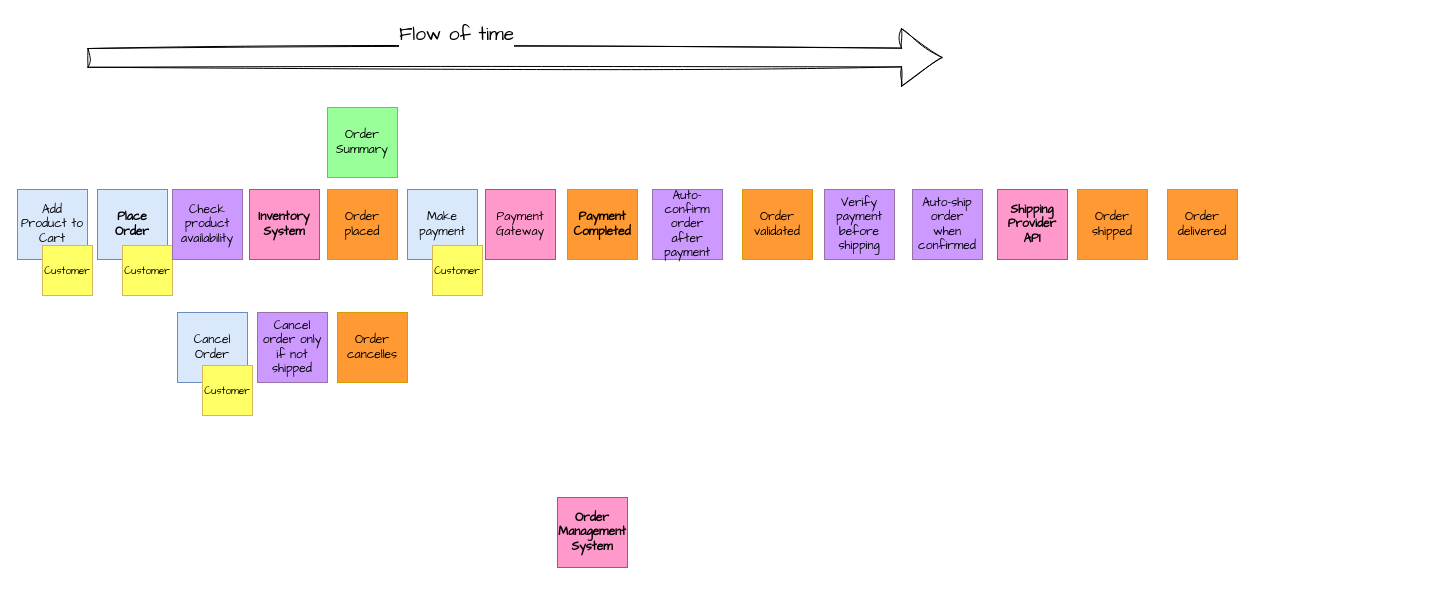
The draw.io diagram page "99-Complete" (9 of 12) of content/en/knowledgebase/ddd-eventstorming/eventstorming.drawio in mauvaisetroupe/architech, before the edit. Source tidied: cells renumbered, new cells numbered last; positions are measured from the earlier drawing's top-left corner, leaving out a move shared by most shapes. Both pictures are drawn from the tidied source at 100%, with x=0, y=0 at pixel (17, 17).
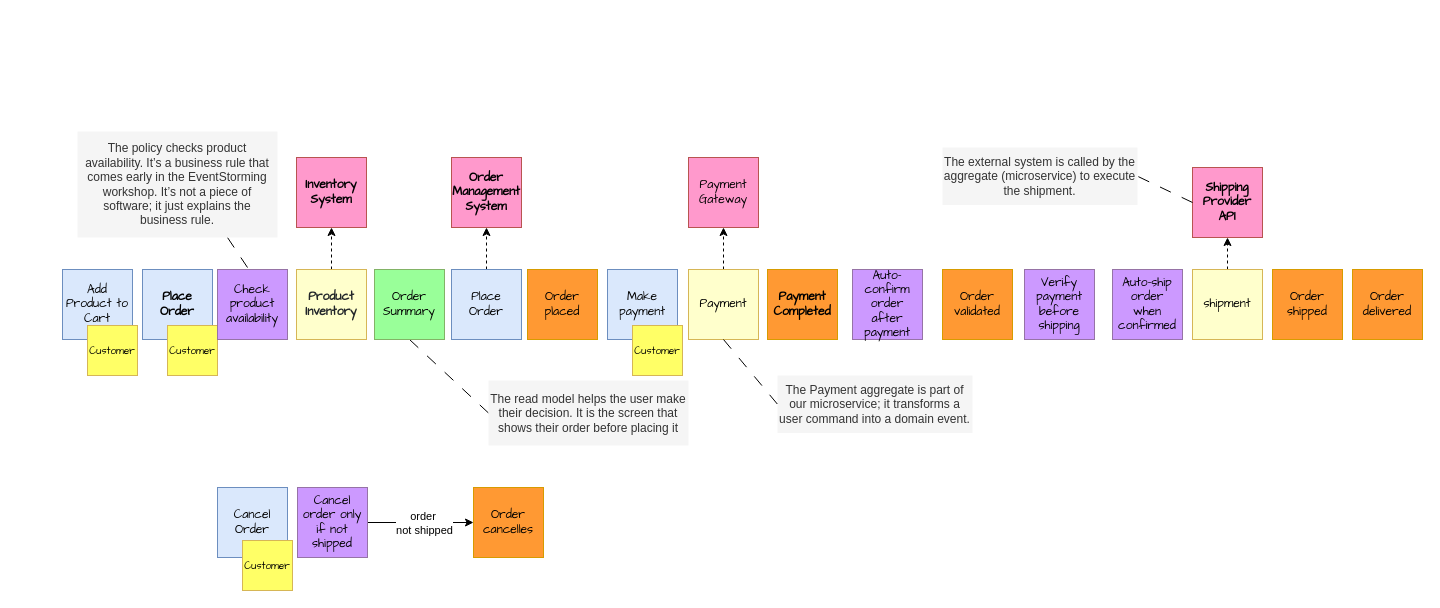
The same diagram, later.

What changed in the source:
```diff
@@
     <mxCell id="2" value="Order placed" style="whiteSpace=wrap;html=1;hachureGap=4;fontFamily=Architects Daughter;fillColor=#FF9933;strokeColor=#d79b00;spacingTop=2;spacingLeft=2;spacingBottom=2;spacingRight=2;align=center;verticalAlign=middle;fontSize=12;fontColor=default;" parent="1" vertex="1">
-      <mxGeometry x="310" y="172" width="70" height="70" as="geometry" />
+      <mxGeometry x="510" y="252" width="70" height="70" as="geometry" />
     </mxCell>
     <mxCell id="3" value="Order validated" style="whiteSpace=wrap;html=1;hachureGap=4;fontFamily=Architects Daughter;fillColor=#FF9933;strokeColor=#d79b00;spacingTop=2;spacingLeft=2;spacingBottom=2;spacingRight=2;align=center;verticalAlign=middle;fontSize=12;fontColor=default;" parent="1" vertex="1">
-      <mxGeometry x="725" y="172" width="70" height="70" as="geometry" />
+      <mxGeometry x="925" y="252" width="70" height="70" as="geometry" />
     </mxCell>
     <mxCell id="4" value="Order shipped" style="whiteSpace=wrap;html=1;hachureGap=4;fontFamily=Architects Daughter;fillColor=#FF9933;strokeColor=#d79b00;spacingTop=2;spacingLeft=2;spacingBottom=2;spacingRight=2;align=center;verticalAlign=middle;fontSize=12;fontColor=default;" parent="1" vertex="1">
-      <mxGeometry x="1060" y="172" width="70" height="70" as="geometry" />
+      <mxGeometry x="1255" y="252" width="70" height="70" as="geometry" />
     </mxCell>
     <mxCell id="5" value="Order delivered" style="whiteSpace=wrap;html=1;hachureGap=4;fontFamily=Architects Daughter;fillColor=#FF9933;strokeColor=#d79b00;spacingTop=2;spacingLeft=2;spacingBottom=2;spacingRight=2;align=center;verticalAlign=middle;fontSize=12;fontColor=default;" parent="1" vertex="1">
-      <mxGeometry x="1150" y="172" width="70" height="70" as="geometry" />
+      <mxGeometry x="1335" y="252" width="70" height="70" as="geometry" />
     </mxCell>
     <mxCell id="6" value="Order cancelles" style="whiteSpace=wrap;html=1;hachureGap=4;fontFamily=Architects Daughter;fillColor=#FF9933;strokeColor=#d79b00;spacingTop=2;spacingLeft=2;spacingBottom=2;spacingRight=2;" parent="1" vertex="1">
-      <mxGeometry x="320" y="295" width="70" height="70" as="geometry" />
+      <mxGeometry x="456" y="470" width="70" height="70" as="geometry" />
     </mxCell>
     <mxCell id="7" value="Add Product to Cart" style="whiteSpace=wrap;html=1;hachureGap=4;fontFamily=Architects Daughter;fillColor=#dae8fc;strokeColor=#6c8ebf;spacingTop=2;spacingLeft=2;spacingBottom=2;spacingRight=2;align=center;verticalAlign=middle;fontSize=12;" parent="1" vertex="1">
-      <mxGeometry y="172" width="70" height="70" as="geometry" />
+      <mxGeometry x="45" y="252" width="70" height="70" as="geometry" />
     </mxCell>
     <mxCell id="8" value="&lt;strong&gt;Place Order&lt;/strong&gt;" style="whiteSpace=wrap;html=1;hachureGap=4;fontFamily=Architects Daughter;fillColor=#dae8fc;strokeColor=#6c8ebf;spacingTop=2;spacingLeft=2;spacingBottom=2;spacingRight=2;align=center;verticalAlign=middle;fontSize=12;" parent="1" vertex="1">
-      <mxGeometry x="80" y="172" width="70" height="70" as="geometry" />
+      <mxGeometry x="125" y="252" width="70" height="70" as="geometry" />
     </mxCell>
     <mxCell id="9" value="Cancel Order" style="whiteSpace=wrap;html=1;hachureGap=4;fontFamily=Architects Daughter;fillColor=#dae8fc;strokeColor=#6c8ebf;spacingTop=2;spacingLeft=2;spacingBottom=2;spacingRight=2;align=center;verticalAlign=middle;fontSize=12;" parent="1" vertex="1">
-      <mxGeometry x="160" y="295" width="70" height="70" as="geometry" />
+      <mxGeometry x="200" y="470" width="70" height="70" as="geometry" />
     </mxCell>
     <mxCell id="10" value="Make payment" style="whiteSpace=wrap;html=1;hachureGap=4;fontFamily=Architects Daughter;fillColor=#dae8fc;strokeColor=#6c8ebf;spacingTop=2;spacingLeft=2;spacingBottom=2;spacingRight=2;align=center;verticalAlign=middle;fontSize=12;" parent="1" vertex="1">
-      <mxGeometry x="390" y="172" width="70" height="70" as="geometry" />
+      <mxGeometry x="590" y="252" width="70" height="70" as="geometry" />
     </mxCell>
     <mxCell id="11" value="&lt;strong&gt;Payment Completed&lt;/strong&gt;" style="whiteSpace=wrap;html=1;hachureGap=4;fontFamily=Architects Daughter;fillColor=#FF9933;strokeColor=#d79b00;spacingTop=2;spacingLeft=2;spacingBottom=2;spacingRight=2;" parent="1" vertex="1">
-      <mxGeometry x="550" y="172" width="70" height="70" as="geometry" />
+      <mxGeometry x="750" y="252" width="70" height="70" as="geometry" />
     </mxCell>
     <mxCell id="12" value="Customer" style="whiteSpace=wrap;html=1;hachureGap=4;fontFamily=Architects Daughter;fillColor=#FFFF66;strokeColor=#d6b656;spacingTop=2;spacingLeft=2;spacingBottom=2;spacingRight=2;fontSize=10;" parent="1" vertex="1">
-      <mxGeometry x="25" y="228" width="50" height="50" as="geometry" />
+      <mxGeometry x="70" y="308" width="50" height="50" as="geometry" />
     </mxCell>
     <mxCell id="13" value="Customer" style="whiteSpace=wrap;html=1;hachureGap=4;fontFamily=Architects Daughter;fillColor=#FFFF66;strokeColor=#d6b656;spacingTop=2;spacingLeft=2;spacingBottom=2;spacingRight=2;fontSize=10;" parent="1" vertex="1">
-      <mxGeometry x="105" y="228" width="50" height="50" as="geometry" />
+      <mxGeometry x="150" y="308" width="50" height="50" as="geometry" />
     </mxCell>
     <mxCell id="14" value="Customer" style="whiteSpace=wrap;html=1;hachureGap=4;fontFamily=Architects Daughter;fillColor=#FFFF66;strokeColor=#d6b656;spacingTop=2;spacingLeft=2;spacingBottom=2;spacingRight=2;fontSize=10;" parent="1" vertex="1">
-      <mxGeometry x="185" y="348" width="50" height="50" as="geometry" />
+      <mxGeometry x="225" y="523" width="50" height="50" as="geometry" />
     </mxCell>
     <mxCell id="15" value="Check product availability" style="whiteSpace=wrap;html=1;hachureGap=4;fontFamily=Architects Daughter;fillColor=#CC99FF;strokeColor=#9673a6;spacingTop=2;spacingLeft=2;spacingBottom=2;spacingRight=2;" parent="1" vertex="1">
-      <mxGeometry x="155" y="172" width="70" height="70" as="geometry" />
+      <mxGeometry x="200" y="252" width="70" height="70" as="geometry" />
     </mxCell>
+    <mxCell id="28" style="edgeStyle=orthogonalEdgeStyle;rounded=0;jettySize=auto;html=1;entryX=0;entryY=0.5;entryDx=0;entryDy=0;" parent="1" edge="1" source="16" target="6">
+      <mxGeometry relative="1" as="geometry" />
+    </mxCell>
+    <mxCell id="29" value="order&amp;nbsp;&lt;div&gt;not shipped&lt;/div&gt;" style="edgeLabel;html=1;align=center;verticalAlign=middle;" parent="28" vertex="1">
+      <mxGeometry x="-0.35" y="1" relative="1" as="geometry">
+        <mxPoint x="22" y="1" as="offset" />
+      </mxGeometry>
+    </mxCell>
     <mxCell id="16" value="Cancel order only if not shipped" style="whiteSpace=wrap;html=1;hachureGap=4;fontFamily=Architects Daughter;fillColor=#CC99FF;strokeColor=#9673a6;spacingTop=2;spacingLeft=2;spacingBottom=2;spacingRight=2;" parent="1" vertex="1">
-      <mxGeometry x="240" y="295" width="70" height="70" as="geometry" />
+      <mxGeometry x="280" y="470" width="70" height="70" as="geometry" />
     </mxCell>
     <mxCell id="17" value="Auto-confirm order after payment" style="whiteSpace=wrap;html=1;hachureGap=4;fontFamily=Architects Daughter;fillColor=#CC99FF;strokeColor=#9673a6;spacingTop=2;spacingLeft=2;spacingBottom=2;spacingRight=2;" parent="1" vertex="1">
-      <mxGeometry x="635" y="172" width="70" height="70" as="geometry" />
+      <mxGeometry x="835" y="252" width="70" height="70" as="geometry" />
     </mxCell>
     <mxCell id="18" value="Verify payment before shipping" style="whiteSpace=wrap;html=1;hachureGap=4;fontFamily=Architects Daughter;fillColor=#CC99FF;strokeColor=#9673a6;spacingTop=2;spacingLeft=2;spacingBottom=2;spacingRight=2;" parent="1" vertex="1">
-      <mxGeometry x="807" y="172" width="70" height="70" as="geometry" />
+      <mxGeometry x="1007" y="252" width="70" height="70" as="geometry" />
     </mxCell>
     <mxCell id="19" value="Auto-ship order when confirmed" style="whiteSpace=wrap;html=1;hachureGap=4;fontFamily=Architects Daughter;fillColor=#CC99FF;strokeColor=#9673a6;spacingTop=2;spacingLeft=2;spacingBottom=2;spacingRight=2;" parent="1" vertex="1">
-      <mxGeometry x="895" y="172" width="70" height="70" as="geometry" />
+      <mxGeometry x="1095" y="252" width="70" height="70" as="geometry" />
     </mxCell>
-    <mxCell id="20" style="shape=flexArrow;endArrow=classic;html=1;rounded=0;hachureGap=4;fontFamily=Architects Daughter;endWidth=37.8125;endSize=13.162499999999998;width=18.75;fontSize=19;sketch=1;curveFitting=1;jiggle=2;" parent="1" edge="1">
-      <mxGeometry relative="1" as="geometry">
-        <mxPoint x="70" y="40.4" as="sourcePoint" />
-        <mxPoint x="925" y="40" as="targetPoint" />
-      </mxGeometry>
-    </mxCell>
-    <mxCell id="21" value="&lt;span style=&quot;color: rgb(0, 0, 0); font-family: &amp;quot;Architects Daughter&amp;quot;; font-size: 19px; font-style: normal; font-variant-ligatures: normal; font-variant-caps: normal; font-weight: 400; letter-spacing: normal; orphans: 2; text-align: center; text-indent: 0px; text-transform: none; widows: 2; word-spacing: 0px; -webkit-text-stroke-width: 0px; white-space: nowrap; background-color: rgb(255, 255, 255); text-decoration-thickness: initial; text-decoration-style: initial; text-decoration-color: initial; float: none; display: inline !important;&quot;&gt;Flow of time&lt;/span&gt;" style="text;whiteSpace=wrap;html=1;fontFamily=Architects Daughter;" parent="1" vertex="1">
-      <mxGeometry x="380" width="88" height="27" as="geometry" />
-    </mxCell>
     <mxCell id="22" value="&lt;strong&gt;Order Management System&lt;/strong&gt;" style="whiteSpace=wrap;html=1;hachureGap=4;fontFamily=Architects Daughter;fillColor=#FF99CC;strokeColor=#b85450;spacingTop=2;spacingLeft=2;spacingBottom=2;spacingRight=2;align=center;verticalAlign=middle;fontSize=12;fontColor=default;" parent="1" vertex="1">
-      <mxGeometry x="540" y="480" width="70" height="70" as="geometry" />
+      <mxGeometry x="434" y="140" width="70" height="70" as="geometry" />
     </mxCell>
-    <mxCell id="23" value="Payment Gateway" style="whiteSpace=wrap;html=1;hachureGap=4;fontFamily=Architects Daughter;fillColor=#FF99CC;strokeColor=#b85450;spacingTop=2;spacingLeft=2;spacingBottom=2;spacingRight=2;align=center;verticalAlign=middle;fontSize=12;fontColor=default;" parent="1" vertex="1">
-      <mxGeometry x="468" y="172" width="70" height="70" as="geometry" />
-    </mxCell>
     <mxCell id="24" value="&lt;strong&gt;Shipping Provider API&lt;/strong&gt;" style="whiteSpace=wrap;html=1;hachureGap=4;fontFamily=Architects Daughter;fillColor=#FF99CC;strokeColor=#b85450;spacingTop=2;spacingLeft=2;spacingBottom=2;spacingRight=2;align=center;verticalAlign=middle;fontSize=12;fontColor=default;" parent="1" vertex="1">
-      <mxGeometry x="980" y="172" width="70" height="70" as="geometry" />
+      <mxGeometry x="1175" y="150" width="70" height="70" as="geometry" />
     </mxCell>
     <mxCell id="25" value="&lt;strong&gt;Inventory System&lt;/strong&gt;" style="whiteSpace=wrap;html=1;hachureGap=4;fontFamily=Architects Daughter;fillColor=#FF99CC;strokeColor=#b85450;spacingTop=2;spacingLeft=2;spacingBottom=2;spacingRight=2;align=center;verticalAlign=middle;fontSize=12;fontColor=default;" parent="1" vertex="1">
-      <mxGeometry x="232" y="172" width="70" height="70" as="geometry" />
+      <mxGeometry x="279" y="140" width="70" height="70" as="geometry" />
     </mxCell>
     <mxCell id="26" value="Customer" style="whiteSpace=wrap;html=1;hachureGap=4;fontFamily=Architects Daughter;fillColor=#FFFF66;strokeColor=#d6b656;spacingTop=2;spacingLeft=2;spacingBottom=2;spacingRight=2;fontSize=10;" parent="1" vertex="1">
-      <mxGeometry x="415" y="228" width="50" height="50" as="geometry" />
+      <mxGeometry x="615" y="308" width="50" height="50" as="geometry" />
     </mxCell>
+    <mxCell id="30" style="rounded=0;jettySize=auto;html=1;entryX=0;entryY=0.5;entryDx=0;entryDy=0;dashed=1;dashPattern=12 12;endArrow=none;endFill=1;startFill=0;exitX=0.5;exitY=1;exitDx=0;exitDy=0;" parent="1" edge="1" source="27" target="39">
+      <mxGeometry relative="1" as="geometry" />
+    </mxCell>
     <mxCell id="27" value="Order Summary" style="whiteSpace=wrap;html=1;hachureGap=4;fontFamily=Architects Daughter;fillColor=#99FF99;strokeColor=#82b366;spacingTop=2;spacingLeft=2;spacingBottom=2;spacingRight=2;" parent="1" vertex="1">
-      <mxGeometry x="310" y="90" width="70" height="70" as="geometry" />
+      <mxGeometry x="357" y="252" width="70" height="70" as="geometry" />
     </mxCell>
+    <mxCell id="23" value="Payment Gateway" style="whiteSpace=wrap;html=1;hachureGap=4;fontFamily=Architects Daughter;fillColor=#FF99CC;strokeColor=#b85450;spacingTop=2;spacingLeft=2;spacingBottom=2;spacingRight=2;" parent="1" vertex="1">
+      <mxGeometry x="671" y="140" width="70" height="70" as="geometry" />
+    </mxCell>
+    <mxCell id="31" style="rounded=0;jettySize=auto;html=1;entryX=0.5;entryY=1;entryDx=0;entryDy=0;dashed=1;" parent="1" edge="1" source="32" target="23">
+      <mxGeometry relative="1" as="geometry" />
+    </mxCell>
+    <mxCell id="32" value="Payment" style="whiteSpace=wrap;html=1;hachureGap=4;fontFamily=Architects Daughter;fillColor=#FFFFCC;strokeColor=#d6b656;spacingTop=2;spacingLeft=2;spacingBottom=2;spacingRight=2;align=center;verticalAlign=middle;fontSize=12;fontColor=default;flipH=0;flipV=1;" parent="1" vertex="1">
+      <mxGeometry x="671" y="252" width="70" height="70" as="geometry" />
+    </mxCell>
+    <mxCell id="33" style="rounded=0;jettySize=auto;html=1;entryX=0.5;entryY=1;entryDx=0;entryDy=0;dashed=1;" parent="1" edge="1" source="34" target="24">
+      <mxGeometry relative="1" as="geometry" />
+    </mxCell>
+    <mxCell id="34" value="shipment" style="whiteSpace=wrap;html=1;hachureGap=4;fontFamily=Architects Daughter;fillColor=#FFFFCC;strokeColor=#d6b656;spacingTop=2;spacingLeft=2;spacingBottom=2;spacingRight=2;align=center;verticalAlign=middle;fontSize=12;fontColor=default;flipH=0;flipV=1;" parent="1" vertex="1">
+      <mxGeometry x="1175" y="252" width="70" height="70" as="geometry" />
+    </mxCell>
+    <mxCell id="35" style="rounded=0;jettySize=auto;html=1;entryX=0.5;entryY=1;entryDx=0;entryDy=0;dashed=1;" parent="1" edge="1" source="36" target="25">
+      <mxGeometry relative="1" as="geometry" />
+    </mxCell>
+    <mxCell id="36" value="&lt;span style=&quot;box-sizing: border-box; font-weight: 700; color: rgb(33, 37, 41); text-align: left;&quot;&gt;Product&lt;/span&gt;&lt;div&gt;&lt;span style=&quot;box-sizing: border-box; font-weight: 700; color: rgb(33, 37, 41); text-align: left;&quot;&gt;Inventory&lt;/span&gt;&lt;/div&gt;" style="whiteSpace=wrap;html=1;hachureGap=4;fontFamily=architects daughter;fillColor=#FFFFCC;strokeColor=#d6b656;spacingTop=2;spacingLeft=2;spacingBottom=2;spacingRight=2;align=center;verticalAlign=middle;fontSize=12;fontColor=default;flipH=0;flipV=1;labelBackgroundColor=none;" parent="1" vertex="1">
+      <mxGeometry x="279" y="252" width="70" height="70" as="geometry" />
+    </mxCell>
+    <mxCell id="37" style="rounded=0;jettySize=auto;html=1;entryX=0.5;entryY=1;entryDx=0;entryDy=0;dashed=1;" parent="1" edge="1" source="38" target="22">
+      <mxGeometry relative="1" as="geometry" />
+    </mxCell>
+    <mxCell id="38" value="Place Order" style="whiteSpace=wrap;html=1;hachureGap=4;fontFamily=Architects Daughter;fillColor=#dae8fc;strokeColor=#6c8ebf;spacingTop=2;spacingLeft=2;spacingBottom=2;spacingRight=2;align=center;verticalAlign=middle;fontSize=12;" parent="1" vertex="1">
+      <mxGeometry x="434" y="252" width="70" height="70" as="geometry" />
+    </mxCell>
+    <mxCell id="39" value="The read model helps the user make their decision. It is the screen that shows their order before placing it" style="rounded=0;whiteSpace=wrap;html=1;fillColor=#f5f5f5;fontColor=#333333;strokeColor=none;" parent="1" vertex="1">
+      <mxGeometry x="471" y="363" width="200" height="65" as="geometry" />
+    </mxCell>
+    <mxCell id="40" value="&lt;p&gt;The Payment aggregate is part of our microservice; it transforms a user command into a domain event.&lt;/p&gt;" style="rounded=0;whiteSpace=wrap;html=1;fillColor=#f5f5f5;fontColor=#333333;strokeColor=none;" parent="1" vertex="1">
+      <mxGeometry x="760" y="358" width="195" height="57.5" as="geometry" />
+    </mxCell>
+    <mxCell id="41" style="rounded=0;jettySize=auto;html=1;entryX=0;entryY=0.5;entryDx=0;entryDy=0;dashed=1;dashPattern=12 12;endArrow=none;endFill=1;startFill=0;exitX=0.5;exitY=1;exitDx=0;exitDy=0;" parent="1" edge="1" source="32" target="40">
+      <mxGeometry relative="1" as="geometry" />
+    </mxCell>
+    <mxCell id="42" value="&lt;p&gt;The external system is called by the aggregate (microservice) to execute the shipment.&lt;/p&gt;" style="rounded=0;whiteSpace=wrap;html=1;fillColor=#f5f5f5;fontColor=#333333;strokeColor=none;" parent="1" vertex="1">
+      <mxGeometry x="925" y="130" width="195" height="57.5" as="geometry" />
+    </mxCell>
+    <mxCell id="43" style="rounded=0;jettySize=auto;html=1;entryX=1;entryY=0.5;entryDx=0;entryDy=0;dashed=1;dashPattern=12 12;endArrow=none;endFill=1;startFill=0;exitX=0;exitY=0.5;exitDx=0;exitDy=0;" parent="1" edge="1" source="24" target="42">
+      <mxGeometry relative="1" as="geometry" />
+    </mxCell>
+    <mxCell id="44" style="rounded=0;jettySize=auto;html=1;entryX=0.75;entryY=1;entryDx=0;entryDy=0;dashed=1;dashPattern=12 12;endArrow=none;endFill=1;startFill=0;" parent="1" edge="1" target="45">
+      <mxGeometry relative="1" as="geometry">
+        <mxPoint x="230" y="250" as="sourcePoint" />
+      </mxGeometry>
+    </mxCell>
+    <mxCell id="45" value="&lt;p&gt;The policy checks product availability. It’s a business rule that comes early in the EventStorming workshop. It’s not a piece of software; it just explains the business rule.&lt;/p&gt;" style="rounded=0;whiteSpace=wrap;html=1;fillColor=#f5f5f5;fontColor=#333333;strokeColor=none;" parent="1" vertex="1">
+      <mxGeometry x="60" y="114" width="200" height="106" as="geometry" />
+    </mxCell>
```
